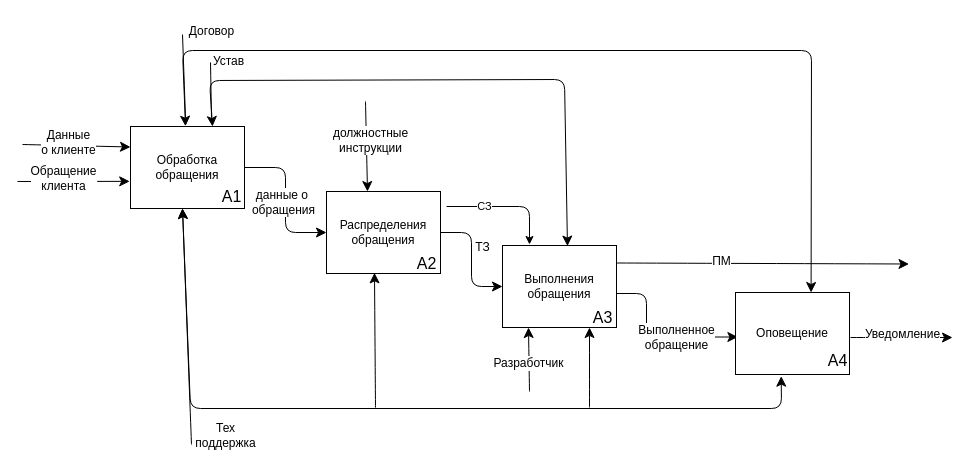
Above: page "as деком" (2 of 4) of ДИПЛОМ/Новая папка/idef0.drawio in semenovMaksWeb/biti (draw.io), before the change. Source tidied: cells renumbered, new cells numbered last; positions are measured from the earlier drawing's top-left corner, leaving out a move shared by most shapes. Both pictures are drawn from the tidied source at 100%, with x=0, y=0 at pixel (17, 34).
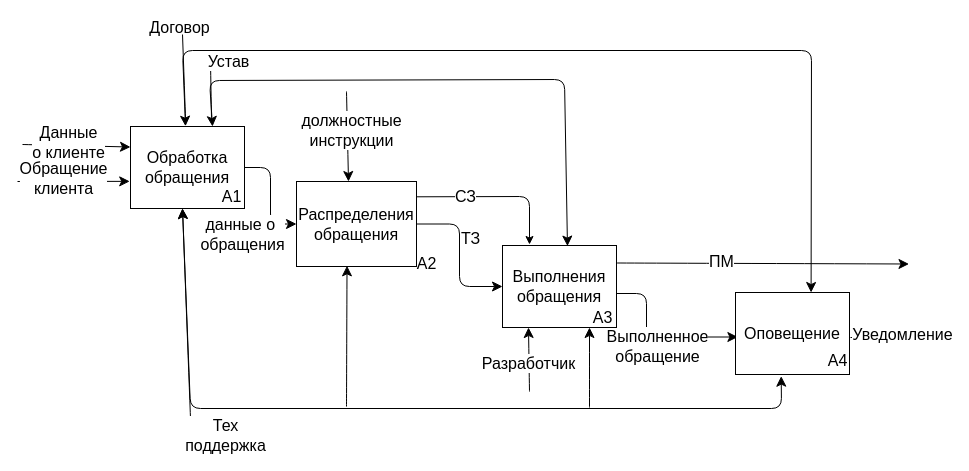
After the change.

What changed in the source:
```diff
@@
-    <mxCell id="2" value="Обработка&lt;br&gt;обращения" style="rounded=0;whiteSpace=wrap;html=1;" parent="1" vertex="1">
+    <mxCell id="2" value="Обработка&lt;br&gt;обращения" style="rounded=0;whiteSpace=wrap;html=1;fontSize=16;" parent="1" vertex="1">
       <mxGeometry x="113" y="92" width="114" height="82" as="geometry" />
     </mxCell>
@@
-    <mxCell id="4" style="endArrow=classic;html=1;rounded=0;fontSize=12;startSize=8;endSize=8;curved=1;entryX=0;entryY=0.25;entryDx=0;entryDy=0;" parent="1" edge="1" target="2">
+    <mxCell id="4" style="endArrow=classic;html=1;rounded=0;fontSize=16;startSize=8;endSize=8;curved=1;entryX=0;entryY=0.25;entryDx=0;entryDy=0;" parent="1" edge="1" target="2">
       <mxGeometry relative="1" as="geometry">
         <mxPoint x="5" y="110" as="sourcePoint" />
       </mxGeometry>
     </mxCell>
-    <mxCell id="5" value="Данные&lt;br&gt;о клиенте" style="edgeLabel;html=1;align=center;verticalAlign=middle;fontSize=12;" parent="4" vertex="1">
+    <mxCell id="5" value="Данные&lt;br&gt;о клиенте" style="edgeLabel;html=1;align=center;verticalAlign=middle;fontSize=16;" parent="4" vertex="1">
       <mxGeometry x="-0.36" y="3" relative="1" as="geometry">
         <mxPoint x="10" as="offset" />
       </mxGeometry>
     </mxCell>
-    <mxCell id="6" style="endArrow=classic;html=1;rounded=0;fontSize=12;startSize=8;endSize=8;curved=1;entryX=-0.007;entryY=0.669;entryDx=0;entryDy=0;entryPerimeter=0;" parent="1" edge="1" target="2">
+    <mxCell id="6" style="endArrow=classic;html=1;rounded=0;fontSize=16;startSize=8;endSize=8;curved=1;entryX=-0.007;entryY=0.669;entryDx=0;entryDy=0;entryPerimeter=0;" parent="1" edge="1" target="2">
       <mxGeometry relative="1" as="geometry">
         <mxPoint y="147" as="sourcePoint" />
       </mxGeometry>
     </mxCell>
-    <mxCell id="7" value="Обращение&lt;br&gt;клиента" style="edgeLabel;html=1;align=center;verticalAlign=middle;fontSize=12;" parent="6" vertex="1">
+    <mxCell id="7" value="Обращение&lt;br&gt;клиента" style="edgeLabel;html=1;align=center;verticalAlign=middle;fontSize=16;" parent="6" vertex="1">
       <mxGeometry x="-0.36" y="3" relative="1" as="geometry">
         <mxPoint x="10" as="offset" />
       </mxGeometry>
     </mxCell>
-    <mxCell id="8" style="edgeStyle=orthogonalEdgeStyle;rounded=1;jettySize=auto;html=1;entryX=0;entryY=0.5;entryDx=0;entryDy=0;fontSize=12;startSize=8;endSize=8;" parent="1" edge="1" source="10" target="16">
+    <mxCell id="8" style="edgeStyle=orthogonalEdgeStyle;rounded=1;jettySize=auto;html=1;entryX=0;entryY=0.5;entryDx=0;entryDy=0;fontSize=16;startSize=8;endSize=8;" parent="1" edge="1" source="10" target="16">
       <mxGeometry relative="1" as="geometry" />
     </mxCell>
-    <mxCell id="9" value="ТЗ" style="edgeLabel;html=1;align=center;verticalAlign=middle;fontSize=12;" parent="8" vertex="1">
+    <mxCell id="9" value="ТЗ" style="edgeLabel;html=1;align=center;verticalAlign=middle;fontSize=16;" parent="8" vertex="1">
       <mxGeometry x="-0.27" relative="1" as="geometry">
         <mxPoint x="10" y="3" as="offset" />
       </mxGeometry>
     </mxCell>
-    <mxCell id="10" value="Распределения&lt;br&gt;обращения" style="rounded=0;whiteSpace=wrap;html=1;" parent="1" vertex="1">
-      <mxGeometry x="309" y="157" width="114" height="82" as="geometry" />
+    <mxCell id="10" value="Распределения&lt;br&gt;обращения" style="rounded=0;whiteSpace=wrap;html=1;fontSize=16;" parent="1" vertex="1">
+      <mxGeometry x="279" y="147" width="120" height="85" as="geometry" />
     </mxCell>
@@
-    <mxCell id="12" style="edgeStyle=orthogonalEdgeStyle;rounded=1;jettySize=auto;html=1;entryX=0;entryY=0.5;entryDx=0;entryDy=0;fontSize=12;startSize=8;endSize=8;curved=0;" parent="1" edge="1" source="2" target="10">
+    <mxCell id="12" style="edgeStyle=orthogonalEdgeStyle;rounded=1;jettySize=auto;html=1;entryX=0;entryY=0.5;entryDx=0;entryDy=0;fontSize=16;startSize=8;endSize=8;curved=0;" parent="1" edge="1" source="2" target="10">
       <mxGeometry relative="1" as="geometry" />
     </mxCell>
-    <mxCell id="13" value="данные о&amp;nbsp;&lt;br&gt;обращения" style="edgeLabel;html=1;align=center;verticalAlign=middle;fontSize=12;" parent="12" vertex="1">
+    <mxCell id="13" value="данные о&amp;nbsp;&lt;br&gt;обращения" style="edgeLabel;html=1;align=center;verticalAlign=middle;fontSize=16;" parent="12" vertex="1">
       <mxGeometry x="-0.31" y="-3" relative="1" as="geometry">
-        <mxPoint y="24" as="offset" />
+        <mxPoint x="-26" y="55" as="offset" />
       </mxGeometry>
     </mxCell>
-    <mxCell id="14" style="edgeStyle=orthogonalEdgeStyle;rounded=1;orthogonalLoop=1;jettySize=auto;html=1;fontSize=12;startSize=8;endSize=8;entryX=0.021;entryY=0.652;entryDx=0;entryDy=0;entryPerimeter=0;" parent="1" edge="1">
+    <mxCell id="14" style="edgeStyle=orthogonalEdgeStyle;rounded=1;orthogonalLoop=1;jettySize=auto;html=1;fontSize=16;startSize=8;endSize=8;entryX=0.021;entryY=0.652;entryDx=0;entryDy=0;entryPerimeter=0;" parent="1" edge="1">
       <mxGeometry relative="1" as="geometry">
         <mxPoint x="599" y="259" as="sourcePoint" />
         <mxPoint x="720.4" y="302.5" as="targetPoint" />
         <Array as="points">
           <mxPoint x="629" y="259" />
           <mxPoint x="629" y="302" />
         </Array>
       </mxGeometry>
     </mxCell>
-    <mxCell id="15" value="Выполненное&lt;br&gt;обращение" style="edgeLabel;html=1;align=center;verticalAlign=middle;fontSize=12;" parent="14" vertex="1">
+    <mxCell id="15" value="Выполненное&lt;br&gt;обращение" style="edgeLabel;html=1;align=center;verticalAlign=middle;fontSize=16;" parent="14" vertex="1">
       <mxGeometry x="-0.2" y="-3" relative="1" as="geometry">
-        <mxPoint x="32" y="7" as="offset" />
+        <mxPoint x="13" y="16" as="offset" />
       </mxGeometry>
     </mxCell>
-    <mxCell id="16" value="Выполнения&lt;br&gt;обращения" style="rounded=0;whiteSpace=wrap;html=1;" parent="1" vertex="1">
+    <mxCell id="16" value="Выполнения&lt;br&gt;обращения" style="rounded=0;whiteSpace=wrap;html=1;fontSize=16;" parent="1" vertex="1">
       <mxGeometry x="485" y="211" width="114" height="82" as="geometry" />
     </mxCell>
@@
-    <mxCell id="18" style="edgeStyle=none;curved=1;rounded=0;orthogonalLoop=1;jettySize=auto;html=1;exitX=1;exitY=0.75;exitDx=0;exitDy=0;fontSize=12;startSize=8;endSize=8;" parent="1" edge="1">
+    <mxCell id="18" style="edgeStyle=none;curved=1;rounded=0;orthogonalLoop=1;jettySize=auto;html=1;exitX=1;exitY=0.75;exitDx=0;exitDy=0;fontSize=16;startSize=8;endSize=8;" parent="1" edge="1">
       <mxGeometry relative="1" as="geometry">
         <mxPoint x="833" y="303" as="sourcePoint" />
         <mxPoint x="935" y="303" as="targetPoint" />
       </mxGeometry>
     </mxCell>
-    <mxCell id="19" value="Уведомление" style="edgeLabel;html=1;align=center;verticalAlign=middle;fontSize=12;" parent="18" vertex="1">
+    <mxCell id="19" value="Уведомление" style="edgeLabel;html=1;align=center;verticalAlign=middle;fontSize=16;" parent="18" vertex="1">
       <mxGeometry x="0.03" y="4" relative="1" as="geometry">
         <mxPoint x="-2" as="offset" />
       </mxGeometry>
     </mxCell>
-    <mxCell id="20" value="Оповещение" style="rounded=0;whiteSpace=wrap;html=1;" parent="1" vertex="1">
+    <mxCell id="20" value="Оповещение" style="rounded=0;whiteSpace=wrap;html=1;fontSize=16;" parent="1" vertex="1">
       <mxGeometry x="718" y="258" width="114" height="82" as="geometry" />
     </mxCell>
@@
-    <mxCell id="22" style="endArrow=classic;html=1;rounded=0;fontSize=12;startSize=8;endSize=8;curved=1;" parent="1" edge="1">
+    <mxCell id="22" style="endArrow=classic;html=1;rounded=0;fontSize=16;startSize=8;endSize=8;curved=1;" parent="1" edge="1">
       <mxGeometry relative="1" as="geometry">
         <mxPoint x="599" y="228.5" as="sourcePoint" />
         <mxPoint x="891.5" y="229.5" as="targetPoint" />
       </mxGeometry>
     </mxCell>
-    <mxCell id="23" value="ПМ" style="edgeLabel;html=1;align=center;verticalAlign=middle;fontSize=12;" parent="22" vertex="1">
+    <mxCell id="23" value="ПМ" style="edgeLabel;html=1;align=center;verticalAlign=middle;fontSize=16;" parent="22" vertex="1">
       <mxGeometry x="-0.36" y="3" relative="1" as="geometry">
         <mxPoint x="10" y="1" as="offset" />
       </mxGeometry>
     </mxCell>
-    <mxCell id="24" style="endArrow=classic;startArrow=classic;html=1;rounded=1;fontSize=12;startSize=8;endSize=8;curved=0;exitX=0.5;exitY=0;exitDx=0;exitDy=0;entryX=0.681;entryY=0.004;entryDx=0;entryDy=0;entryPerimeter=0;" parent="1" edge="1">
+    <mxCell id="24" style="endArrow=classic;startArrow=classic;html=1;rounded=1;fontSize=16;startSize=8;endSize=8;curved=0;exitX=0.5;exitY=0;exitDx=0;exitDy=0;entryX=0.681;entryY=0.004;entryDx=0;entryDy=0;entryPerimeter=0;" parent="1" edge="1">
       <mxGeometry relative="1" as="geometry">
         <mxPoint x="168" y="91.7" as="sourcePoint" />
         <mxPoint x="793.6" y="258" as="targetPoint" />
         <Array as="points">
           <mxPoint x="165" y="16" />
           <mxPoint x="794" y="16" />
         </Array>
       </mxGeometry>
     </mxCell>
-    <mxCell id="25" value="Договор" style="edgeLabel;html=1;align=center;verticalAlign=middle;fontSize=12;" parent="24" vertex="1">
+    <mxCell id="25" value="Договор" style="edgeLabel;html=1;align=center;verticalAlign=middle;fontSize=16;" parent="24" vertex="1">
       <mxGeometry x="-0.1" y="-1" relative="1" as="geometry">
-        <mxPoint x="-322" y="-21" as="offset" />
+        <mxPoint x="-354" y="-25" as="offset" />
       </mxGeometry>
     </mxCell>
-    <mxCell id="26" style="endArrow=none;html=1;rounded=0;fontSize=12;startSize=8;endSize=8;curved=1;" parent="1" edge="1">
+    <mxCell id="26" style="endArrow=none;html=1;rounded=0;fontSize=16;startSize=8;endSize=8;curved=1;" parent="1" edge="1">
       <mxGeometry relative="1" as="geometry">
         <mxPoint x="168" y="84" as="sourcePoint" />
         <mxPoint x="165" as="targetPoint" />
       </mxGeometry>
     </mxCell>
-    <mxCell id="27" style="endArrow=classic;startArrow=classic;html=1;rounded=1;fontSize=12;startSize=8;endSize=8;curved=0;exitX=0.401;exitY=1.008;exitDx=0;exitDy=0;exitPerimeter=0;" parent="1" edge="1">
+    <mxCell id="27" style="endArrow=classic;startArrow=classic;html=1;rounded=1;fontSize=16;startSize=8;endSize=8;curved=0;exitX=0.401;exitY=1.008;exitDx=0;exitDy=0;exitPerimeter=0;" parent="1" edge="1">
       <mxGeometry relative="1" as="geometry">
         <mxPoint x="763.7" y="341.7" as="sourcePoint" />
         <mxPoint x="165" y="174" as="targetPoint" />
         <Array as="points">
           <mxPoint x="764" y="374" />
           <mxPoint x="173" y="374" />
         </Array>
       </mxGeometry>
     </mxCell>
-    <mxCell id="28" style="endArrow=classic;html=1;rounded=0;fontSize=12;startSize=8;endSize=8;curved=1;entryX=0.421;entryY=0.992;entryDx=0;entryDy=0;entryPerimeter=0;" parent="1" edge="1" target="10">
+    <mxCell id="28" style="endArrow=classic;html=1;rounded=0;fontSize=16;startSize=8;endSize=8;curved=1;entryX=0.421;entryY=0.992;entryDx=0;entryDy=0;entryPerimeter=0;" parent="1" edge="1" target="10">
       <mxGeometry relative="1" as="geometry">
-        <mxPoint x="358" y="373" as="sourcePoint" />
+        <mxPoint x="329" y="372" as="sourcePoint" />
       </mxGeometry>
     </mxCell>
-    <mxCell id="29" style="endArrow=classic;html=1;rounded=0;fontSize=12;startSize=8;endSize=8;curved=1;entryX=0.5;entryY=1;entryDx=0;entryDy=0;" parent="1" edge="1">
+    <mxCell id="29" style="endArrow=classic;html=1;rounded=0;fontSize=16;startSize=8;endSize=8;curved=1;entryX=0.5;entryY=1;entryDx=0;entryDy=0;" parent="1" edge="1">
       <mxGeometry relative="1" as="geometry">
         <mxPoint x="572" y="373" as="sourcePoint" />
         <mxPoint x="572" y="293" as="targetPoint" />
       </mxGeometry>
     </mxCell>
-    <mxCell id="30" style="endArrow=classic;html=1;rounded=0;fontSize=12;startSize=8;endSize=8;curved=1;entryX=0.5;entryY=1;entryDx=0;entryDy=0;" parent="1" edge="1">
+    <mxCell id="30" style="endArrow=classic;html=1;rounded=0;fontSize=16;startSize=8;endSize=8;curved=1;entryX=0.5;entryY=1;entryDx=0;entryDy=0;" parent="1" edge="1">
       <mxGeometry relative="1" as="geometry">
         <mxPoint x="512" y="357" as="sourcePoint" />
         <mxPoint x="511" y="293" as="targetPoint" />
       </mxGeometry>
     </mxCell>
-    <mxCell id="31" value="Разработчик" style="edgeLabel;html=1;align=center;verticalAlign=middle;fontSize=12;" parent="30" vertex="1">
+    <mxCell id="31" value="Разработчик" style="edgeLabel;html=1;align=center;verticalAlign=middle;fontSize=16;" parent="30" vertex="1">
       <mxGeometry x="-0.09" y="1" relative="1" as="geometry" />
     </mxCell>
-    <mxCell id="32" style="endArrow=classic;html=1;rounded=0;fontSize=12;startSize=8;endSize=8;curved=1;" parent="1" edge="1">
+    <mxCell id="32" style="endArrow=classic;html=1;rounded=0;fontSize=16;startSize=8;endSize=8;curved=1;" parent="1" edge="1">
       <mxGeometry relative="1" as="geometry">
         <mxPoint x="174" y="410" as="sourcePoint" />
         <mxPoint x="165" y="174" as="targetPoint" />
       </mxGeometry>
     </mxCell>
-    <mxCell id="33" value="Тех&lt;div&gt;поддержка&lt;/div&gt;" style="edgeLabel;html=1;align=center;verticalAlign=middle;fontSize=12;" parent="32" vertex="1">
+    <mxCell id="33" value="Тех&lt;div&gt;поддержка&lt;/div&gt;" style="edgeLabel;html=1;align=center;verticalAlign=middle;fontSize=16;" parent="32" vertex="1">
       <mxGeometry x="-0.91" relative="1" as="geometry">
         <mxPoint x="34" y="1" as="offset" />
       </mxGeometry>
     </mxCell>
-    <mxCell id="34" style="endArrow=classic;html=1;rounded=0;fontSize=12;startSize=8;endSize=8;curved=1;" parent="1" edge="1">
+    <mxCell id="34" style="endArrow=classic;html=1;rounded=0;fontSize=16;startSize=8;endSize=8;curved=1;" parent="1" edge="1">
       <mxGeometry relative="1" as="geometry">
-        <mxPoint x="348" y="67" as="sourcePoint" />
-        <mxPoint x="350" y="157" as="targetPoint" />
+        <mxPoint x="329" y="57" as="sourcePoint" />
+        <mxPoint x="331" y="147" as="targetPoint" />
       </mxGeometry>
     </mxCell>
-    <mxCell id="35" value="должностные&lt;div&gt;инструкции&lt;/div&gt;" style="edgeLabel;html=1;align=center;verticalAlign=middle;fontSize=12;" parent="34" vertex="1">
+    <mxCell id="35" value="должностные&lt;div&gt;инструкции&lt;/div&gt;" style="edgeLabel;html=1;align=center;verticalAlign=middle;fontSize=16;" parent="34" vertex="1">
       <mxGeometry x="-0.25" relative="1" as="geometry">
         <mxPoint x="4" y="5" as="offset" />
       </mxGeometry>
     </mxCell>
-    <mxCell id="36" style="endArrow=classic;startArrow=classic;html=1;rounded=1;fontSize=12;startSize=8;endSize=8;curved=0;entryX=0.57;entryY=0.007;entryDx=0;entryDy=0;entryPerimeter=0;" parent="1" edge="1" target="16">
+    <mxCell id="36" style="endArrow=classic;startArrow=classic;html=1;rounded=1;fontSize=16;startSize=8;endSize=8;curved=0;entryX=0.57;entryY=0.007;entryDx=0;entryDy=0;entryPerimeter=0;" parent="1" edge="1" target="16">
       <mxGeometry relative="1" as="geometry">
         <mxPoint x="195" y="92" as="sourcePoint" />
         <Array as="points">
           <mxPoint x="192" y="46" />
           <mxPoint x="547" y="45" />
         </Array>
       </mxGeometry>
     </mxCell>
-    <mxCell id="37" style="endArrow=none;html=1;rounded=0;fontSize=12;startSize=8;endSize=8;curved=1;" parent="1" edge="1">
+    <mxCell id="37" style="endArrow=none;html=1;rounded=0;fontSize=16;startSize=8;endSize=8;curved=1;" parent="1" edge="1">
       <mxGeometry relative="1" as="geometry">
         <mxPoint x="194" y="84" as="sourcePoint" />
         <mxPoint x="193" y="28" as="targetPoint" />
       </mxGeometry>
     </mxCell>
-    <mxCell id="38" value="Устав" style="edgeLabel;html=1;align=center;verticalAlign=middle;fontSize=12;" parent="37" vertex="1">
+    <mxCell id="38" value="Устав" style="edgeLabel;html=1;align=center;verticalAlign=middle;fontSize=16;" parent="37" vertex="1">
       <mxGeometry x="0.77" y="1" relative="1" as="geometry">
         <mxPoint x="18" y="-8" as="offset" />
       </mxGeometry>
     </mxCell>
-    <mxCell id="39" style="endArrow=classic;html=1;rounded=1;curved=0;" parent="1" edge="1">
+    <mxCell id="39" style="endArrow=classic;html=1;rounded=1;curved=0;fontSize=16;exitX=0.998;exitY=0.18;exitDx=0;exitDy=0;exitPerimeter=0;" parent="1" edge="1" source="10">
       <mxGeometry relative="1" as="geometry">
-        <mxPoint x="429" y="172" as="sourcePoint" />
         <mxPoint x="512" y="210" as="targetPoint" />
         <Array as="points">
-          <mxPoint x="512" y="172" />
+          <mxPoint x="512" y="162" />
         </Array>
       </mxGeometry>
     </mxCell>
-    <mxCell id="40" value="СЗ" style="edgeLabel;html=1;align=center;verticalAlign=middle;" parent="39" vertex="1">
+    <mxCell id="40" value="СЗ" style="edgeLabel;html=1;align=center;verticalAlign=middle;fontSize=16;" parent="39" vertex="1">
       <mxGeometry x="-0.39" y="1" relative="1" as="geometry" />
     </mxCell>
```
